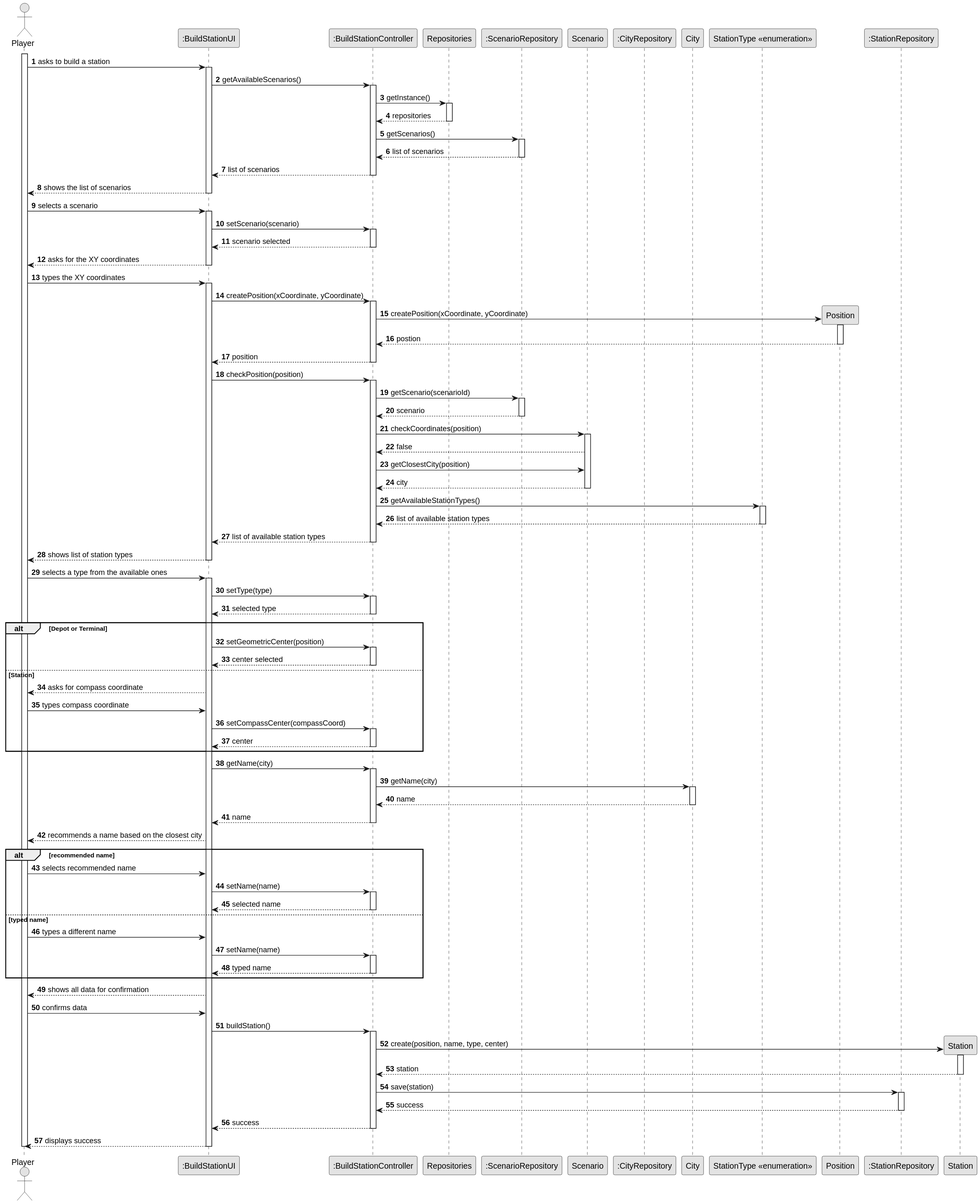
Above: Sprint2/US005/03.design/svg/US005-SD-full.svg in 1240935/pi2-railway-simulator (PlantUML), before the change.
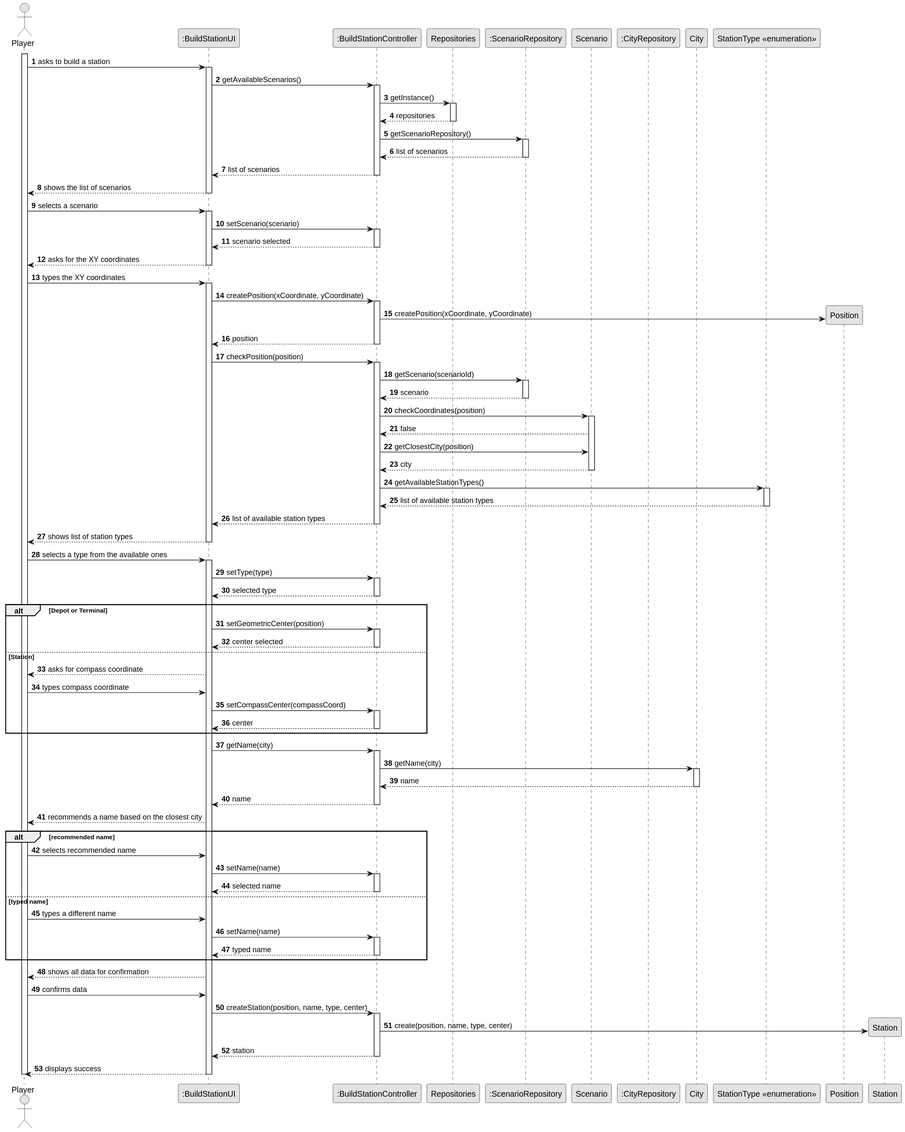
After the commit.

What changed in the source:
```diff
@@ -15,7 +15,6 @@
 participant "City" as CITY
 participant "StationType <<enumeration>>" as TYPE
 participant "Position" as POSITION
-participant ":StationRepository" as STATION_REPO
 participant "Station" as STATION
 
 
@@ -34,7 +33,7 @@
 
                 deactivate REPOS
 
-            CTRL -> SCEN_REPO : getScenarios()
+            CTRL -> SCEN_REPO : getScenarioRepository()
             activate SCEN_REPO
 
             SCEN_REPO --> CTRL : list of scenarios
@@ -67,9 +66,7 @@
         UI -> CTRL : createPosition(xCoordinate, yCoordinate)
         activate CTRL
         CTRL -> POSITION **: createPosition(xCoordinate, yCoordinate)
-        activate POSITION
-        POSITION --> CTRL : postion
-        deactivate POSITION
+
         CTRL --> UI : position
         deactivate CTRL
 
@@ -96,10 +93,10 @@
 
             CTRL -> TYPE : getAvailableStationTypes()
             activate TYPE
-            TYPE --> CTRL : list of available station types
+                TYPE --> CTRL : list of available station types
             deactivate TYPE
             CTRL --> UI : list of available station types
-            deactivate CTRL
+    deactivate CTRL
 
 
 
@@ -175,19 +172,11 @@
     UI --> PLAYER : shows all data for confirmation
     PLAYER -> UI : confirms data
 
-        UI -> CTRL : buildStation()
+        UI -> CTRL : createStation(position, name, type, center)
         activate CTRL
             CTRL -> STATION **: create(position, name, type, center)
-            activate STATION
-            STATION --> CTRL: station
-            deactivate STATION
 
-            CTRL -> STATION_REPO : save(station)
-            activate STATION_REPO
-            STATION_REPO --> CTRL: success
-            deactivate STATION_REPO
-
-        CTRL --> UI : success
+        CTRL --> UI : station
         deactivate CTRL
 
     UI --> PLAYER : displays success
```
